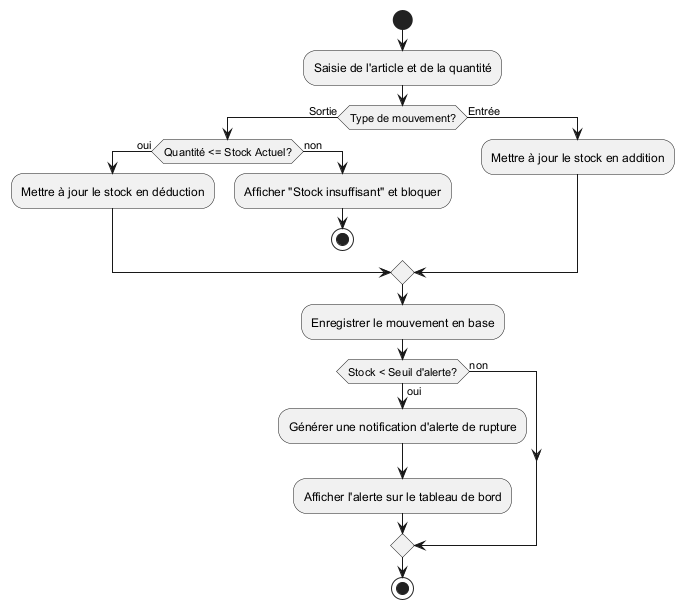
Before: Rapport/diagrams/sprint3_activity.png, a diagram exported from PlantUML (ayoubmek/PFE_data_science). Source of this version:
```plantuml
@startuml sprint3_activity
start
:Saisie de l'article et de la quantité;
if (Type de mouvement?) then (Sortie)
    if (Quantité <= Stock Actuel?) then (oui)
        :Mettre à jour le stock en déduction;
    else (non)
        :Afficher "Stock insuffisant" et bloquer;
        stop
    endif
else (Entrée)
    :Mettre à jour le stock en addition;
endif
:Enregistrer le mouvement en base;
if (Stock < Seuil d'alerte?) then (oui)
    :Générer une notification d'alerte de rupture;
    :Afficher l'alerte sur le tableau de bord;
else (non)
endif
stop
@enduml
```
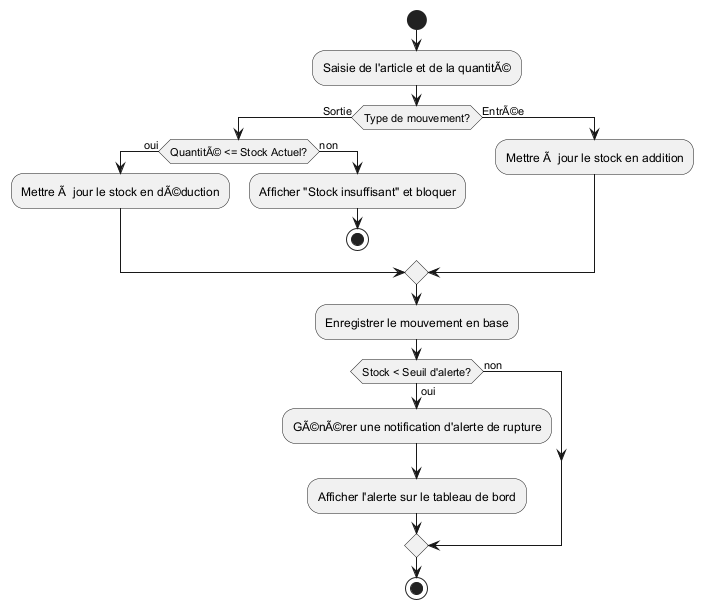
Above is the later version.

What changed in the source:
```diff
@@ -1,19 +1,19 @@
 @startuml sprint3_activity
 start
-:Saisie de l'article et de la quantité;
+:Saisie de l'article et de la quantitÃ©;
 if (Type de mouvement?) then (Sortie)
-    if (Quantité <= Stock Actuel?) then (oui)
-        :Mettre à jour le stock en déduction;
+    if (QuantitÃ© <= Stock Actuel?) then (oui)
+        :Mettre Ã  jour le stock en dÃ©duction;
     else (non)
         :Afficher "Stock insuffisant" et bloquer;
         stop
     endif
-else (Entrée)
-    :Mettre à jour le stock en addition;
+else (EntrÃ©e)
+    :Mettre Ã  jour le stock en addition;
 endif
 :Enregistrer le mouvement en base;
 if (Stock < Seuil d'alerte?) then (oui)
-    :Générer une notification d'alerte de rupture;
+    :GÃ©nÃ©rer une notification d'alerte de rupture;
     :Afficher l'alerte sur le tableau de bord;
 else (non)
 endif
```
